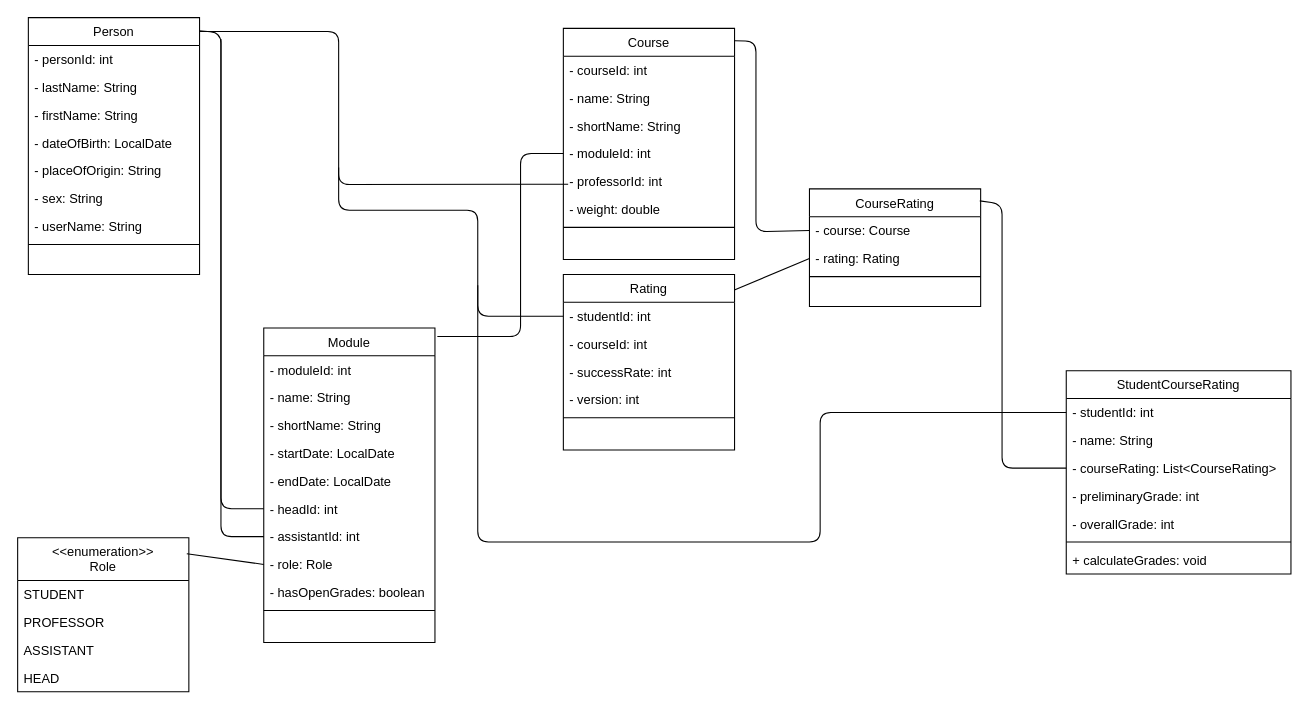
Above: docs/DomainModel.drawio in igorstojanovic91/bfh_equals (draw.io), before the change. Source tidied: cells renumbered, new cells numbered last; positions are measured from the earlier drawing's top-left corner, leaving out a move shared by most shapes. Both pictures are drawn from the tidied source at 107%, with x=0, y=0 at pixel (17, 17).
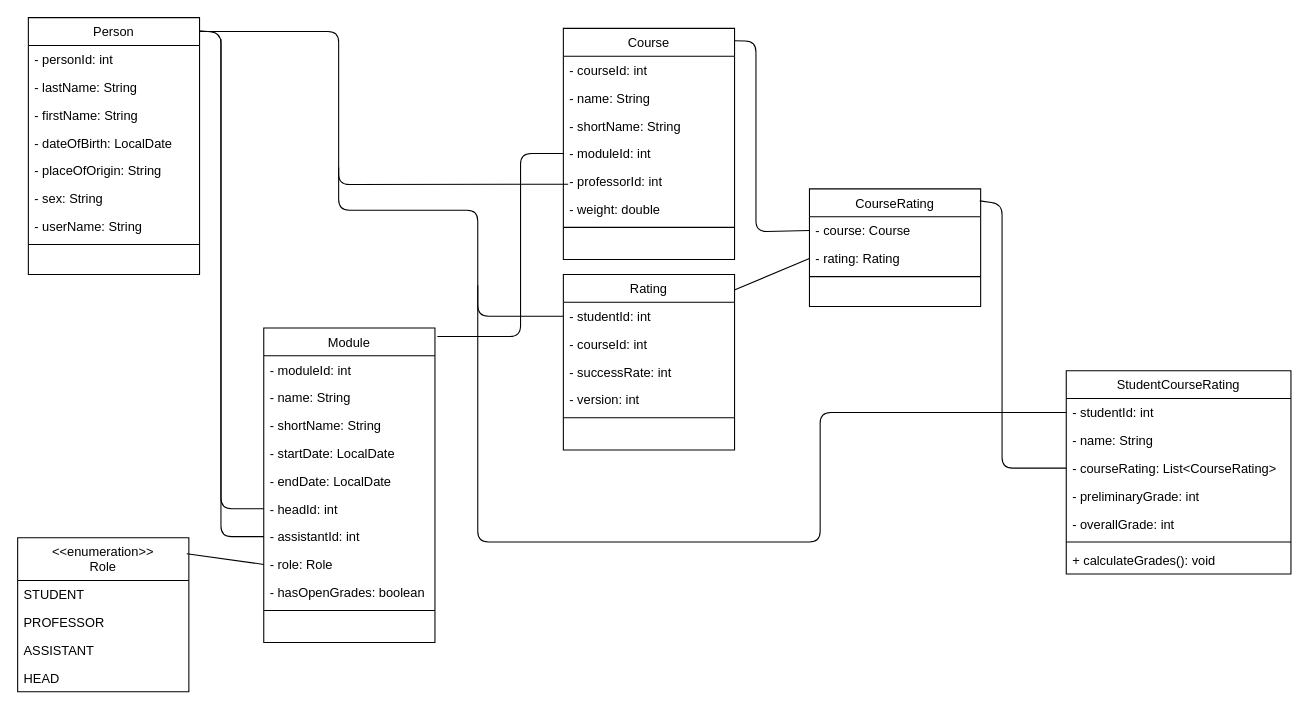
The same diagram, later.

The change refers to these unchanged cells:
```xml
<mxCell id="41" value="StudentCourseRating" style="swimlane;fontStyle=0;align=center;verticalAlign=top;horizontal=1;startSize=26;rounded=0;shadow=0;strokeWidth=1;" parent="1" vertex="1">
  <mxGeometry x="980" y="330" width="210" height="190" as="geometry" />
</mxCell>
```

Change to the diagram source:
```diff
@@
-    <mxCell id="48" value="+ calculateGrades: void" style="text;align=left;verticalAlign=top;spacingLeft=4;spacingRight=4;overflow=hidden;" parent="41" vertex="1">
+    <mxCell id="48" value="+ calculateGrades(): void" style="text;align=left;verticalAlign=top;spacingLeft=4;spacingRight=4;overflow=hidden;" parent="41" vertex="1">
       <mxGeometry y="164" width="210" height="26" as="geometry" />
     </mxCell>
```
